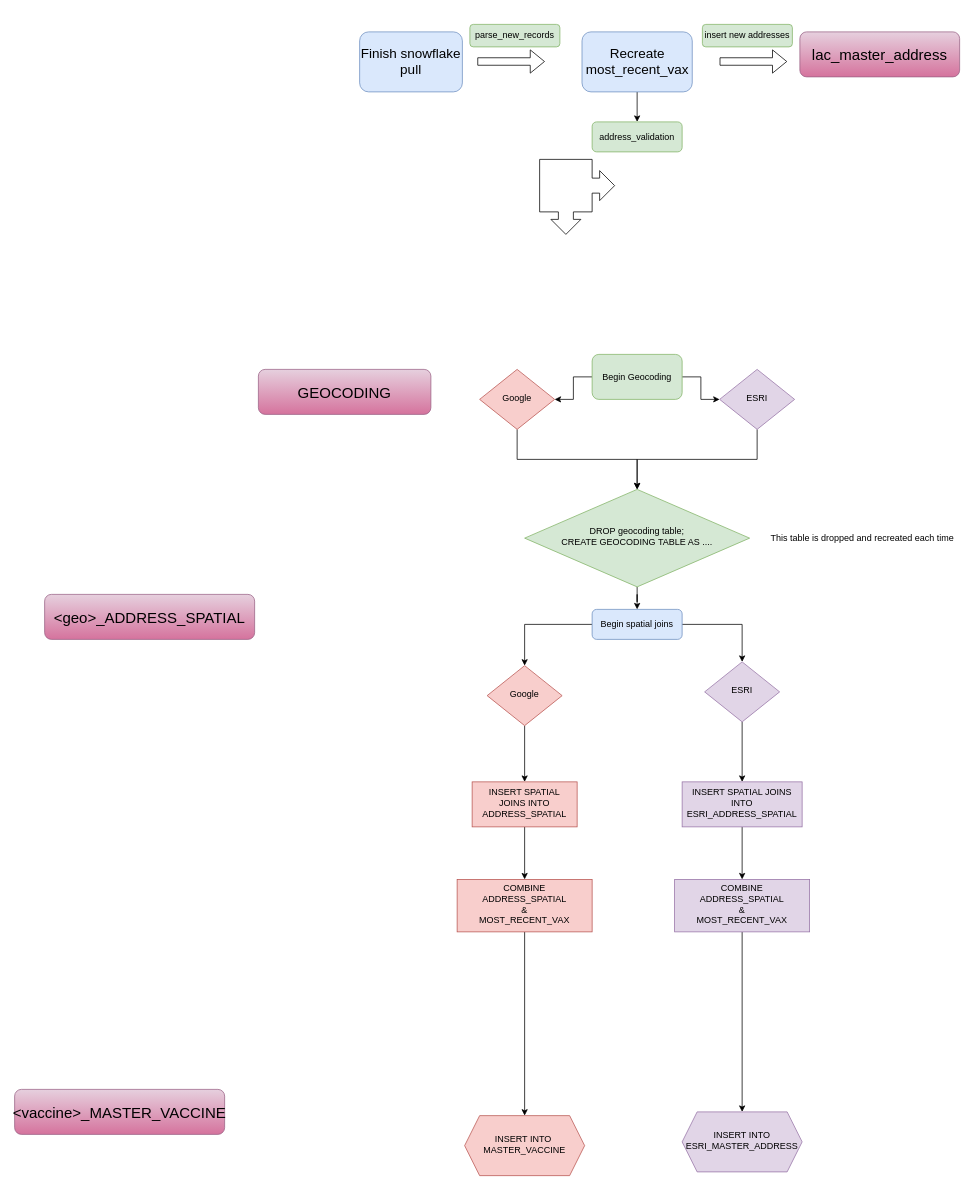
This is conolidated_address_pipeline.drawio from Primordial-Haggis/LA_county_vax_etl_workflow, a draw.io file, before an edit. Source tidied: cells renumbered, new cells numbered last; positions are measured from the earlier drawing's top-left corner, leaving out a move shared by most shapes. Both pictures are drawn from the tidied source at 75%, with x=0, y=0 at pixel (14, 24).
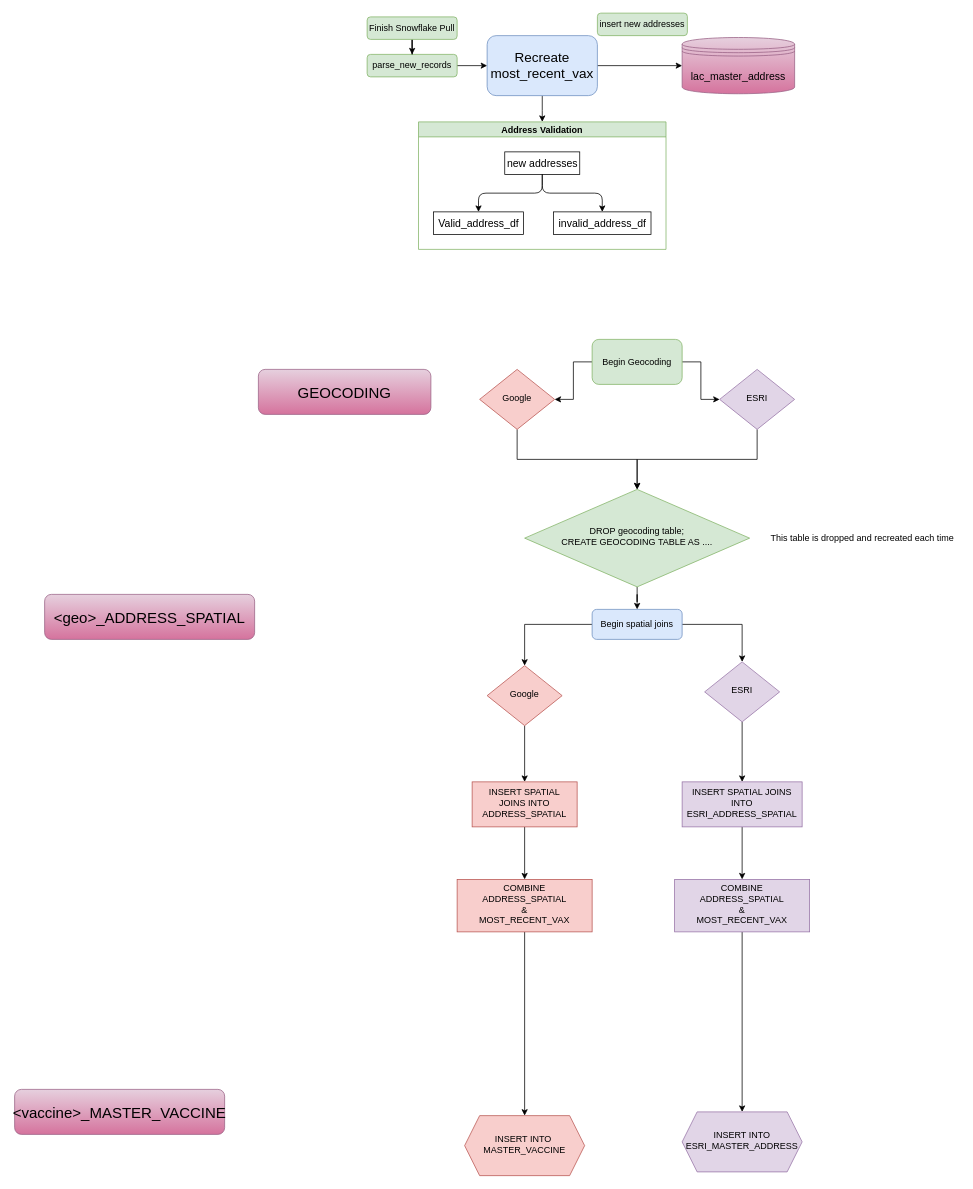
The same page after the edit.

What changed in the source:
```diff
@@
-    <mxCell id="11" value="&lt;font style=&quot;font-size: 18px;&quot;&gt;Finish snowflake pull&lt;/font&gt;" style="rounded=1;whiteSpace=wrap;html=1;fontSize=12;glass=0;strokeWidth=1;shadow=0;fillColor=#dae8fc;strokeColor=#6c8ebf;" parent="1" vertex="1">
-      <mxGeometry x="460" y="10" width="137" height="80" as="geometry" />
-    </mxCell>
@@
-    <mxCell id="13" style="edgeStyle=orthogonalEdgeStyle;rounded=0;jettySize=auto;html=1;fontSize=18;" parent="1" edge="1" source="14" target="33">
-      <mxGeometry relative="1" as="geometry" />
+    <mxCell id="13" style="edgeStyle=orthogonalEdgeStyle;rounded=0;jettySize=auto;html=1;fontSize=18;" parent="1" edge="1" source="14">
+      <mxGeometry relative="1" as="geometry">
+        <mxPoint x="703.5" y="130" as="targetPoint" />
+      </mxGeometry>
     </mxCell>
+    <mxCell id="15" value="Google" style="rhombus;whiteSpace=wrap;html=1;shadow=0;fontFamily=Helvetica;fontSize=12;align=center;strokeWidth=1;spacing=6;spacingTop=-4;fillColor=#f8cecc;strokeColor=#b85450;" parent="1" vertex="1">
+      <mxGeometry x="630" y="855" width="100" height="80" as="geometry" />
+    </mxCell>
+    <mxCell id="42" style="edgeStyle=orthogonalEdgeStyle;rounded=0;jettySize=auto;html=1;fontSize=14;" parent="1" edge="1" source="14" target="22">
+      <mxGeometry relative="1" as="geometry" />
+    </mxCell>
     <mxCell id="14" value="&lt;font style=&quot;font-size: 18px;&quot;&gt;Recreate most_recent_vax&lt;/font&gt;" style="rounded=1;whiteSpace=wrap;html=1;fontSize=12;glass=0;strokeWidth=1;shadow=0;fillColor=#dae8fc;strokeColor=#6c8ebf;" parent="1" vertex="1">
-      <mxGeometry x="756.5" y="10" width="147" height="80" as="geometry" />
+      <mxGeometry x="630" y="15" width="147" height="80" as="geometry" />
     </mxCell>
-    <mxCell id="15" value="Google" style="rhombus;whiteSpace=wrap;html=1;shadow=0;fontFamily=Helvetica;fontSize=12;align=center;strokeWidth=1;spacing=6;spacingTop=-4;fillColor=#f8cecc;strokeColor=#b85450;" parent="1" vertex="1">
-      <mxGeometry x="630" y="855" width="100" height="80" as="geometry" />
-    </mxCell>
@@
-    <mxCell id="22" value="&lt;font color=&quot;#000000&quot;&gt;lac_master_address&lt;/font&gt;" style="rounded=1;whiteSpace=wrap;html=1;fontSize=20;fillColor=#e6d0de;gradientColor=#d5739d;strokeColor=#996185;" parent="1" vertex="1">
-      <mxGeometry x="1047" y="10" width="213" height="60" as="geometry" />
-    </mxCell>
@@
-    <mxCell id="33" value="address_validation" style="whiteSpace=wrap;html=1;fillColor=#d5e8d4;strokeColor=#82b366;rounded=1;glass=0;strokeWidth=1;shadow=0;" parent="1" vertex="1">
-      <mxGeometry x="770" y="130" width="120" height="40" as="geometry" />
-    </mxCell>
@@
     <mxCell id="36" value="Begin Geocoding" style="whiteSpace=wrap;html=1;fillColor=#d5e8d4;strokeColor=#82b366;rounded=1;glass=0;strokeWidth=1;shadow=0;" parent="1" vertex="1">
-      <mxGeometry x="770" y="440" width="120" height="60" as="geometry" />
+      <mxGeometry x="770" y="420" width="120" height="60" as="geometry" />
     </mxCell>
-    <mxCell id="37" style="shape=flexArrow;endArrow=classic;html=1;rounded=0;fontSize=18;" parent="1" edge="1">
-      <mxGeometry relative="1" as="geometry">
-        <mxPoint x="617" y="49.5" as="sourcePoint" />
-        <mxPoint x="707" y="49.5" as="targetPoint" />
-      </mxGeometry>
-    </mxCell>
+    <mxCell id="43" style="edgeStyle=orthogonalEdgeStyle;rounded=0;jettySize=auto;html=1;fontSize=14;" parent="1" edge="1" source="38" target="14">
+      <mxGeometry relative="1" as="geometry" />
+    </mxCell>
     <mxCell id="38" value="parse_new_records" style="rounded=1;whiteSpace=wrap;html=1;fontSize=12;glass=0;strokeWidth=1;shadow=0;fillColor=#d5e8d4;strokeColor=#82b366;" parent="1" vertex="1">
-      <mxGeometry x="607" width="120" height="30" as="geometry" />
+      <mxGeometry x="470" y="40" width="120" height="30" as="geometry" />
     </mxCell>
-    <mxCell id="39" style="shape=flexArrow;endArrow=classic;html=1;rounded=0;fontSize=18;" parent="1" edge="1">
-      <mxGeometry relative="1" as="geometry">
-        <mxPoint x="940" y="49.5" as="sourcePoint" />
-        <mxPoint x="1030" y="49.5" as="targetPoint" />
-      </mxGeometry>
-    </mxCell>
     <mxCell id="40" value="insert new addresses" style="rounded=1;whiteSpace=wrap;html=1;fontSize=12;glass=0;strokeWidth=1;shadow=0;fillColor=#d5e8d4;strokeColor=#82b366;" parent="1" vertex="1">
-      <mxGeometry x="917" width="120" height="30" as="geometry" />
+      <mxGeometry x="777" y="-15" width="120" height="30" as="geometry" />
     </mxCell>
-    <mxCell id="41" style="html=1;shadow=0;dashed=0;align=center;verticalAlign=middle;shape=mxgraph.arrows2.calloutDouble90Arrow;dy1=10;dx1=20;dx2=70;dy2=70;arrowHead=10;fontSize=18;" parent="1" vertex="1">
-      <mxGeometry x="700" y="180" width="100" height="100" as="geometry" />
-    </mxCell>
+    <mxCell id="22" value="&lt;font style=&quot;font-size: 14px;&quot;&gt;lac_master_address&lt;/font&gt;" style="shape=datastore;whiteSpace=wrap;html=1;fontSize=18;fontSize=20;fillColor=#e6d0de;gradientColor=#d5739d;strokeColor=#996185;" parent="1" vertex="1">
+      <mxGeometry x="890" y="17.5" width="150" height="75" as="geometry" />
+    </mxCell>
+    <mxCell id="44" style="edgeStyle=orthogonalEdgeStyle;rounded=0;jettySize=auto;html=1;fontSize=14;" parent="1" edge="1" source="45" target="38">
+      <mxGeometry relative="1" as="geometry" />
+    </mxCell>
+    <mxCell id="45" value="Finish Snowflake Pull" style="rounded=1;whiteSpace=wrap;html=1;fontSize=12;glass=0;strokeWidth=1;shadow=0;fillColor=#d5e8d4;strokeColor=#82b366;" parent="1" vertex="1">
+      <mxGeometry x="470" y="-10" width="120" height="30" as="geometry" />
+    </mxCell>
+    <mxCell id="46" value="Address Validation" style="fillColor=#d5e8d4;strokeColor=#82b366;swimlane;startSize=20;horizontal=1;horizontalTree=0;containerType=tree;fontSize=12;" parent="1" vertex="1">
+      <mxGeometry x="538.5" y="130" width="330" height="170" as="geometry" />
+    </mxCell>
+    <mxCell id="47" value="new addresses" style="whiteSpace=wrap;html=1;fontSize=14;" parent="46" vertex="1">
+      <mxGeometry x="115" y="40" width="100" height="30" as="geometry" />
+    </mxCell>
+    <mxCell id="48" value="Valid_address_df" style="whiteSpace=wrap;html=1;fontSize=14;" parent="46" vertex="1">
+      <mxGeometry x="20" y="120" width="120" height="30" as="geometry" />
+    </mxCell>
+    <mxCell id="49" style="edgeStyle=elbowEdgeStyle;elbow=vertical;html=1;rounded=1;curved=0;sourcePerimeterSpacing=0;targetPerimeterSpacing=0;startSize=6;endSize=6;fontSize=14;" parent="46" edge="1" source="47" target="48">
+      <mxGeometry relative="1" as="geometry" />
+    </mxCell>
+    <mxCell id="50" value="invalid_address_df&lt;br&gt;" style="whiteSpace=wrap;html=1;fontSize=14;" parent="46" vertex="1">
+      <mxGeometry x="180" y="120" width="130" height="30" as="geometry" />
+    </mxCell>
+    <mxCell id="51" style="edgeStyle=elbowEdgeStyle;elbow=vertical;html=1;rounded=1;curved=0;sourcePerimeterSpacing=0;targetPerimeterSpacing=0;startSize=6;endSize=6;fontSize=14;" parent="46" edge="1" source="47" target="50">
+      <mxGeometry relative="1" as="geometry" />
+    </mxCell>
```
